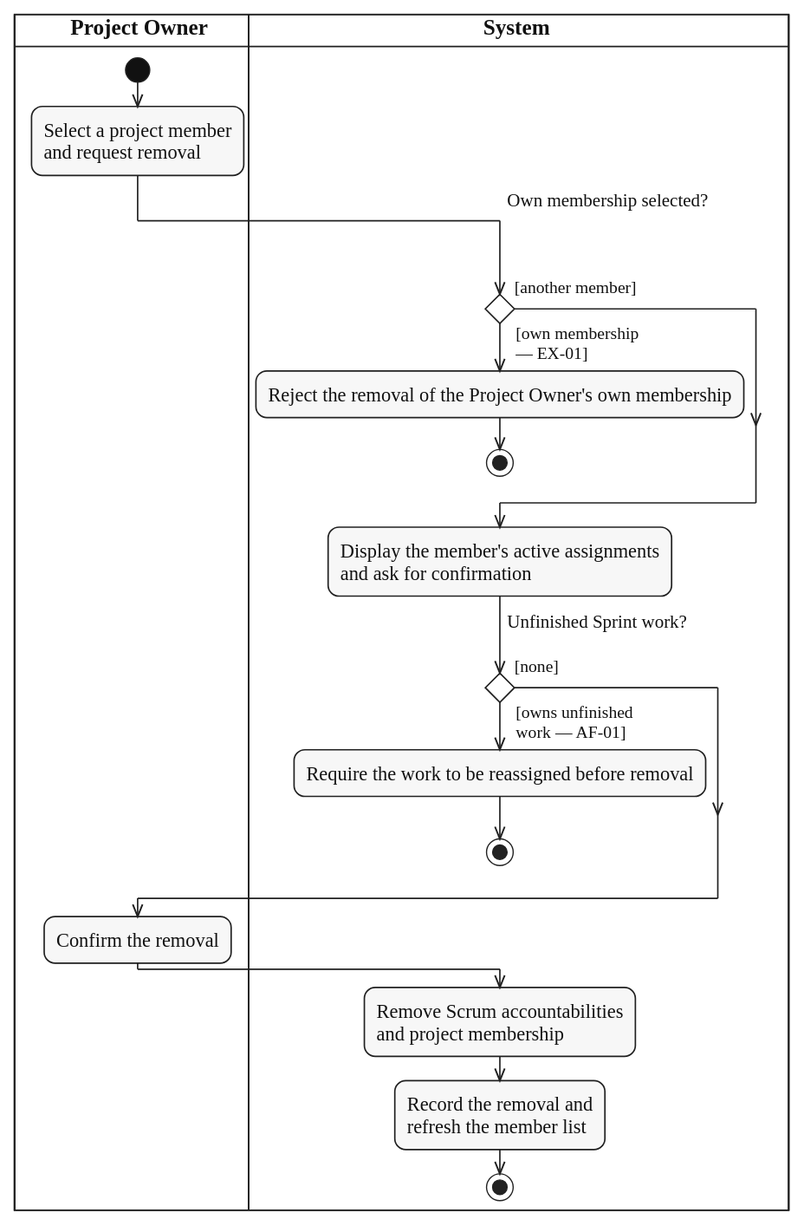
lukenab/swd392-doc-automation keeps this PlantUML diagram as diagrams/activity/project-membership/svg/UC-PROJECT-MEMBER-REMOVE.svg. Above is the earlier version. Its source is kept beside it as diagrams/activity/project-membership/source/UC-PROJECT-MEMBER-REMOVE.puml.
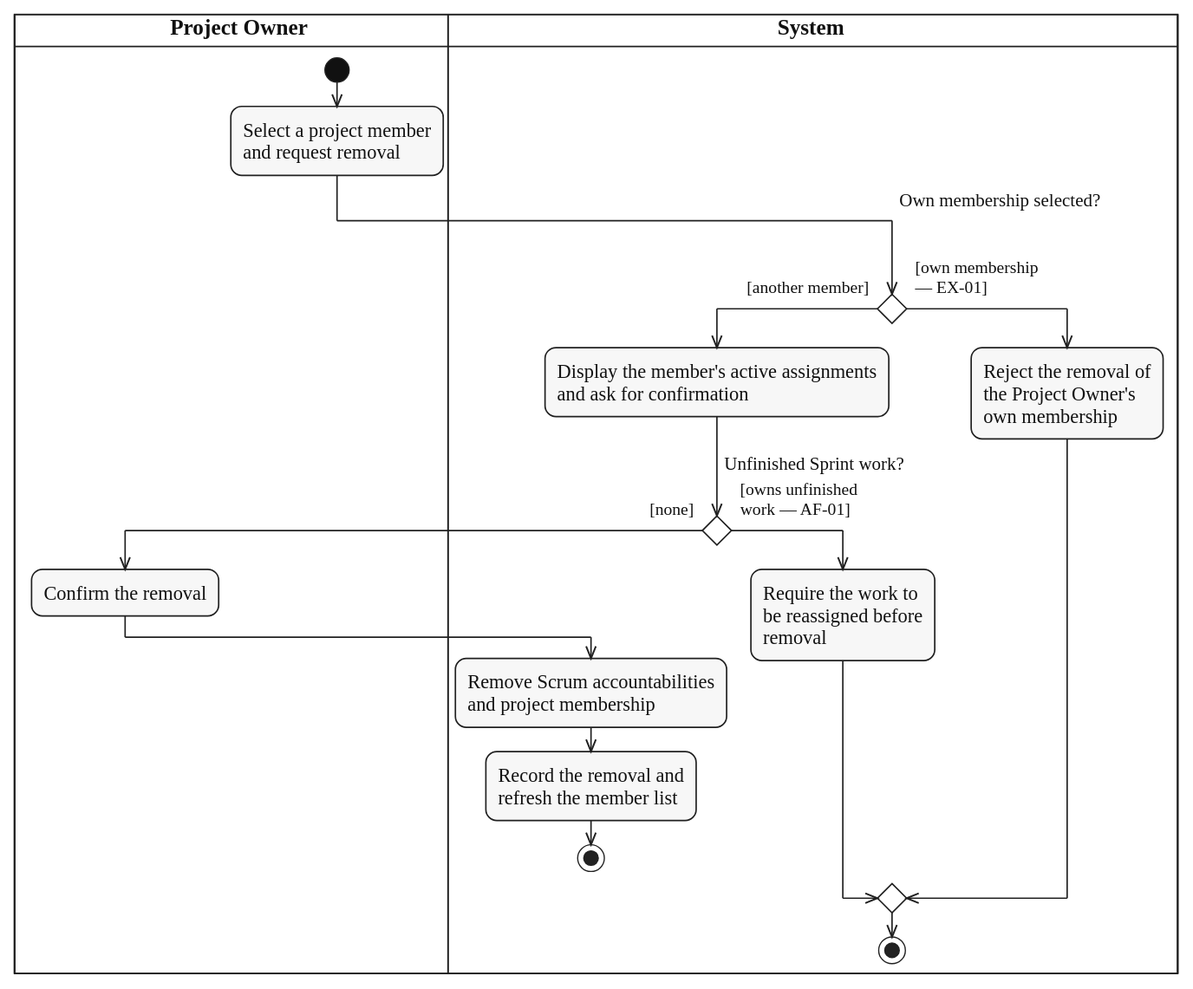
Above is the later version.

Commit message:
docs(activity): merge same-outcome end nodes in project membership diagrams

Change to the diagram source:
```diff
@@ -1,6 +1,5 @@
 @startuml UC-PROJECT-MEMBER-REMOVE
 !include ../../_shared/activity-style.puml
-
 |OWN| $lane_title("Project Owner")
 |SYS| $lane_title("System")
 
@@ -10,23 +9,27 @@
 and request removal;
 |SYS|
 if ($question_x("Own membership selected?")) then ($guard_left("[another member]"))
+  :Display the member's active assignments
+  and ask for confirmation;
+  if ($question("Unfinished Sprint work?")) then ($guard_left("[none]"))
+    |OWN|
+    :Confirm the removal;
+    |SYS|
+    :Remove Scrum accountabilities
+    and project membership;
+    :Record the removal and
+    refresh the member list;
+    stop
+  else ($guard_right("[owns unfinished", "work — AF-01]"))
+    :Require the work to
+    be reassigned before
+    removal;
+  endif
 else ($guard_right("[own membership", "— EX-01]"))
-  :Reject the removal of the Project Owner's own membership;
-  stop
+  :Reject the removal of
+  the Project Owner's
+  own membership;
 endif
-:Display the member's active assignments
-and ask for confirmation;
-if ($question("Unfinished Sprint work?")) then ($guard_left("[none]"))
-else ($guard_right("[owns unfinished", "work — AF-01]"))
-  :Require the work to be reassigned before removal;
-  stop
-endif
-|OWN|
-:Confirm the removal;
 |SYS|
-:Remove Scrum accountabilities
-and project membership;
-:Record the removal and
-refresh the member list;
 stop
 @enduml
```
